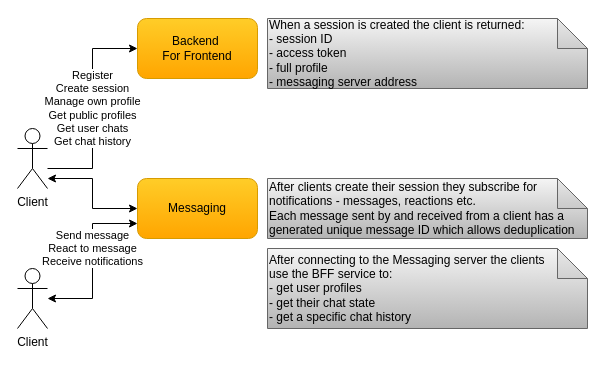
The draw.io diagram docs/diagrams/cecochat-05-clients.drawio in cvetomir-todorov/CecoChat, before the edit. Source tidied: cells renumbered, new cells numbered last; positions are measured from the earlier drawing's top-left corner, leaving out a move shared by most shapes. Both pictures are drawn from the tidied source at 100%, with x=0, y=0 at pixel (17, 18).
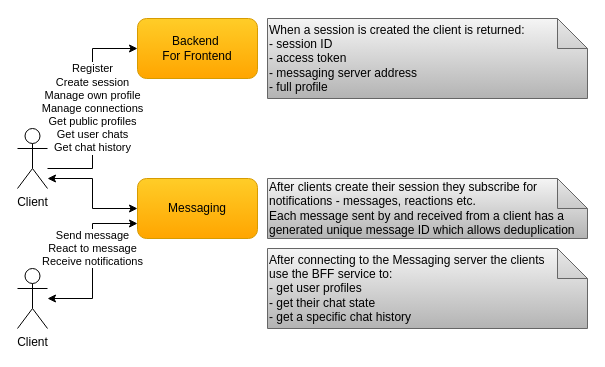
The same diagram, later.

Change to the diagram source:
```diff
@@
 <mxGraphModel>
   <root>
     <mxCell id="0" />
     <mxCell id="1" parent="0" />
-    <mxCell id="2" value="When a session is created the client is returned:&lt;br&gt;- session ID&lt;br&gt;- access token&lt;br&gt;- full profile&lt;br&gt;- messaging server address" style="shape=note;whiteSpace=wrap;html=1;backgroundOutline=1;darkOpacity=0.05;align=left;gradientColor=#b3b3b3;fillColor=#f5f5f5;strokeColor=#666666;" parent="1" vertex="1">
-      <mxGeometry x="250" width="320" height="70" as="geometry" />
+    <mxCell id="2" value="When a session is created the client is returned:&lt;br&gt;- session ID&lt;br&gt;- access token&lt;br&gt;- messaging server address&lt;br&gt;- full profile" style="shape=note;whiteSpace=wrap;html=1;backgroundOutline=1;darkOpacity=0.05;align=left;gradientColor=#b3b3b3;fillColor=#f5f5f5;strokeColor=#666666;" parent="1" vertex="1">
+      <mxGeometry x="250" width="320" height="80" as="geometry" />
     </mxCell>
     <mxCell id="3" value="After clients create their session they&amp;nbsp;subscribe for notifications - messages, reactions etc.&lt;br&gt;Each message sent by and received from a client has a generated unique message ID which allows deduplication" style="shape=note;whiteSpace=wrap;html=1;backgroundOutline=1;darkOpacity=0.05;align=left;gradientColor=#b3b3b3;fillColor=#f5f5f5;strokeColor=#666666;" parent="1" vertex="1">
       <mxGeometry x="250" y="160" width="320" height="60" as="geometry" />
     </mxCell>
     <mxCell id="4" style="edgeStyle=orthogonalEdgeStyle;rounded=0;jettySize=auto;html=1;entryX=0;entryY=0.5;entryDx=0;entryDy=0;startArrow=classic;startFill=1;" parent="1" edge="1" source="6" target="9">
       <mxGeometry relative="1" as="geometry">
         <Array as="points">
           <mxPoint x="75" y="160" />
           <mxPoint x="75" y="190" />
         </Array>
       </mxGeometry>
     </mxCell>
-    <mxCell id="5" value="Register&lt;br style=&quot;border-color: var(--border-color);&quot;&gt;Create session&lt;br style=&quot;border-color: var(--border-color);&quot;&gt;Manage own&amp;nbsp;profile&lt;br style=&quot;border-color: var(--border-color);&quot;&gt;Get public profiles&lt;br style=&quot;border-color: var(--border-color);&quot;&gt;Get user chats&lt;br style=&quot;border-color: var(--border-color);&quot;&gt;Get chat history" style="edgeStyle=orthogonalEdgeStyle;rounded=0;jettySize=auto;html=1;entryX=0;entryY=0.5;entryDx=0;entryDy=0;" parent="1" edge="1" source="6" target="10">
+    <mxCell id="5" value="Register&lt;br style=&quot;border-color: var(--border-color);&quot;&gt;Create session&lt;br style=&quot;border-color: var(--border-color);&quot;&gt;Manage own&amp;nbsp;profile&lt;br&gt;Manage connections&lt;br style=&quot;border-color: var(--border-color);&quot;&gt;Get public profiles&lt;br style=&quot;border-color: var(--border-color);&quot;&gt;Get user chats&lt;br style=&quot;border-color: var(--border-color);&quot;&gt;Get chat history" style="edgeStyle=orthogonalEdgeStyle;rounded=0;jettySize=auto;html=1;entryX=0;entryY=0.5;entryDx=0;entryDy=0;" parent="1" edge="1" source="6" target="10">
       <mxGeometry relative="1" as="geometry">
         <Array as="points">
           <mxPoint x="75" y="150" />
           <mxPoint x="75" y="30" />
         </Array>
       </mxGeometry>
     </mxCell>
     <mxCell id="6" value="Client" style="shape=umlActor;verticalLabelPosition=bottom;verticalAlign=top;html=1;outlineConnect=0;" parent="1" vertex="1">
       <mxGeometry y="110" width="30" height="60" as="geometry" />
     </mxCell>
     <mxCell id="7" value="Send message&lt;br&gt;React to message&lt;br&gt;Receive notifications" style="edgeStyle=orthogonalEdgeStyle;rounded=0;jettySize=auto;html=1;entryX=0;entryY=0.75;entryDx=0;entryDy=0;startArrow=classic;startFill=1;" parent="1" edge="1" source="8" target="9">
       <mxGeometry x="0.15" relative="1" as="geometry" />
     </mxCell>
     <mxCell id="8" value="Client" style="shape=umlActor;verticalLabelPosition=bottom;verticalAlign=top;html=1;outlineConnect=0;" parent="1" vertex="1">
       <mxGeometry y="250" width="30" height="60" as="geometry" />
     </mxCell>
     <mxCell id="9" value="&lt;font style=&quot;font-size: 12px&quot;&gt;Messaging&lt;/font&gt;" style="rounded=1;whiteSpace=wrap;html=1;gradientColor=#ffa500;fillColor=#ffcd28;strokeColor=#d79b00;" parent="1" vertex="1">
       <mxGeometry x="120" y="160" width="120" height="60" as="geometry" />
     </mxCell>
     <mxCell id="10" value="&lt;font style=&quot;font-size: 12px&quot;&gt;Backend&amp;nbsp;&lt;br&gt;For Frontend&lt;/font&gt;" style="rounded=1;whiteSpace=wrap;html=1;gradientColor=#ffa500;fillColor=#ffcd28;strokeColor=#d79b00;" parent="1" vertex="1">
       <mxGeometry x="120" width="120" height="60" as="geometry" />
     </mxCell>
     <mxCell id="11" value="After connecting to the Messaging server the clients&lt;br&gt;use the BFF service to:&lt;br&gt;- get user profiles&lt;br&gt;- get their chat state&lt;br&gt;- get a specific chat history" style="shape=note;whiteSpace=wrap;html=1;backgroundOutline=1;darkOpacity=0.05;align=left;gradientColor=#b3b3b3;fillColor=#f5f5f5;strokeColor=#666666;" parent="1" vertex="1">
       <mxGeometry x="250" y="230" width="320" height="80" as="geometry" />
     </mxCell>
   </root>
 </mxGraphModel>
```
